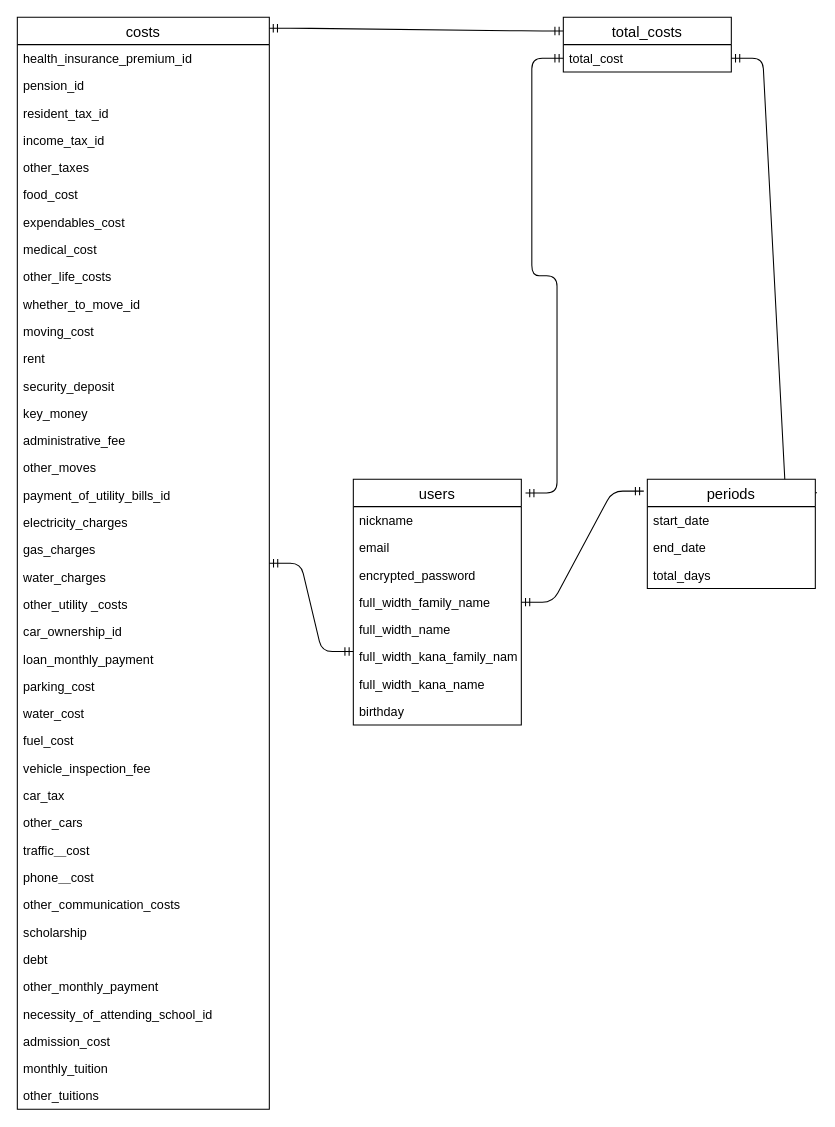
fujikatatatsuki/tensapo keeps this draw.io diagram as .drawio. Above is the earlier version. Source tidied: cells renumbered, new cells numbered last; positions are measured from the earlier drawing's top-left corner, leaving out a move shared by most shapes. Both pictures are drawn from the tidied source at 105%, with x=0, y=0 at pixel (17, 17).
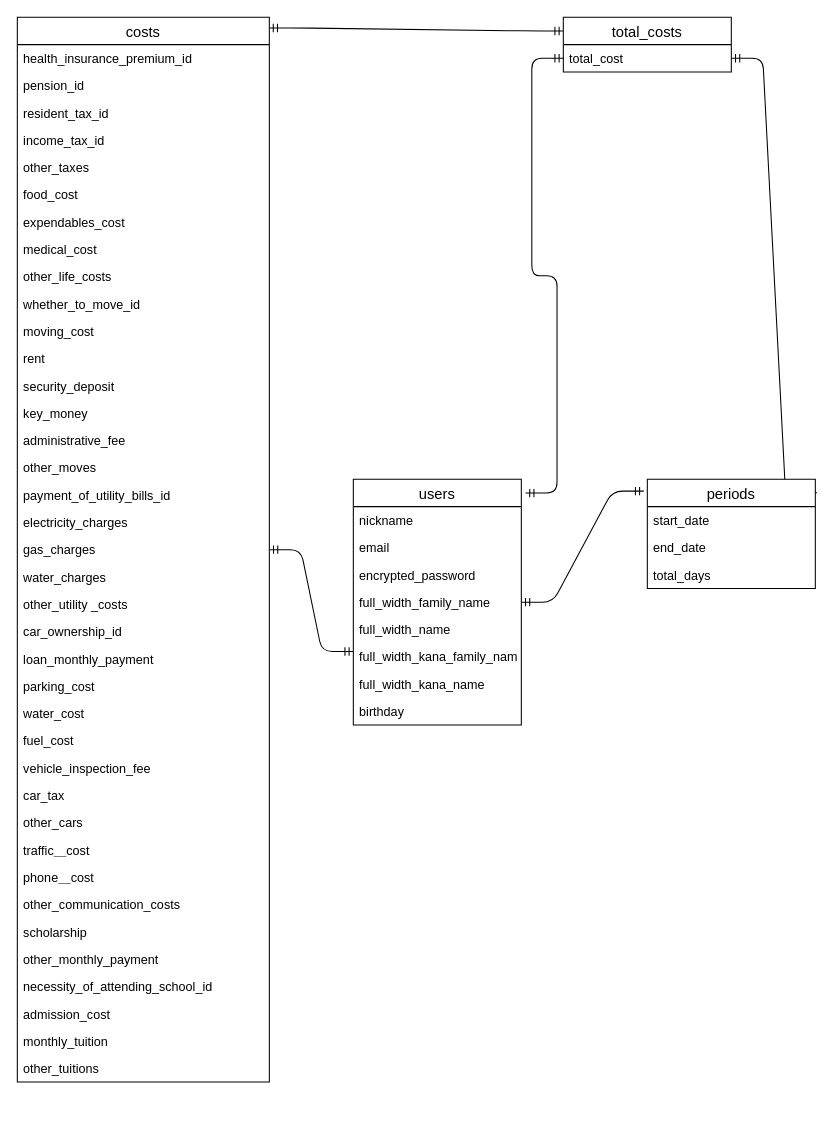
After the change.

The edit, as a diff of the source:
```diff
@@
     <mxCell id="6" value="costs" style="swimlane;fontStyle=0;horizontal=1;startSize=26;align=center;fontSize=14;" parent="1" vertex="1">
-      <mxGeometry width="240" height="1040" as="geometry" />
+      <mxGeometry width="240" height="1014" as="geometry" />
     </mxCell>
@@
-    <mxCell id="40" value="debt" style="text;strokeColor=none;fillColor=none;spacingLeft=4;spacingRight=4;overflow=hidden;fontSize=12;" parent="6" vertex="1">
-      <mxGeometry y="884" width="240" height="26" as="geometry" />
-    </mxCell>
     <mxCell id="41" value="other_monthly_payment" style="text;strokeColor=none;fillColor=none;spacingLeft=4;spacingRight=4;overflow=hidden;fontSize=12;" parent="6" vertex="1">
-      <mxGeometry y="910" width="240" height="26" as="geometry" />
+      <mxGeometry y="884" width="240" height="26" as="geometry" />
     </mxCell>
     <mxCell id="42" value="necessity_of_attending_school_id" style="text;strokeColor=none;fillColor=none;spacingLeft=4;spacingRight=4;overflow=hidden;fontSize=12;" parent="6" vertex="1">
-      <mxGeometry y="936" width="240" height="26" as="geometry" />
+      <mxGeometry y="910" width="240" height="26" as="geometry" />
     </mxCell>
     <mxCell id="43" value="admission_cost" style="text;strokeColor=none;fillColor=none;spacingLeft=4;spacingRight=4;overflow=hidden;fontSize=12;" parent="6" vertex="1">
-      <mxGeometry y="962" width="240" height="26" as="geometry" />
+      <mxGeometry y="936" width="240" height="26" as="geometry" />
     </mxCell>
     <mxCell id="44" value="monthly_tuition" style="text;strokeColor=none;fillColor=none;spacingLeft=4;spacingRight=4;overflow=hidden;fontSize=12;" parent="6" vertex="1">
-      <mxGeometry y="988" width="240" height="26" as="geometry" />
+      <mxGeometry y="962" width="240" height="26" as="geometry" />
     </mxCell>
     <mxCell id="45" value="other_tuitions" style="text;strokeColor=none;fillColor=none;spacingLeft=4;spacingRight=4;overflow=hidden;fontSize=12;" parent="6" vertex="1">
-      <mxGeometry y="1014" width="240" height="26" as="geometry" />
+      <mxGeometry y="988" width="240" height="26" as="geometry" />
     </mxCell>
```
